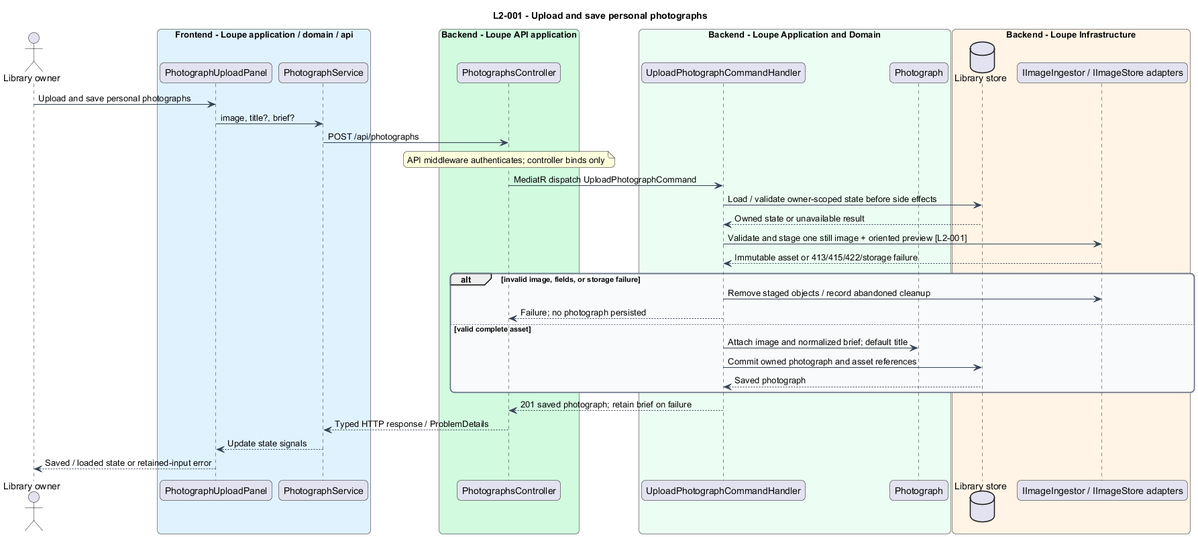
QuinntyneBrown/loupe keeps this PlantUML diagram as docs/detailed-designs/my-work/save-photograph/diagrams/sequence-001.png. Above is the earlier version. Its diagram source:
```plantuml
@startuml
title L2-001 - Upload and save personal photographs
skinparam backgroundColor #FFFFFF
skinparam shadowing false
skinparam roundcorner 12
skinparam defaultFontName Arial
skinparam ArrowColor #344054
skinparam rectangle {
  BorderColor #344054
  FontColor #101828
}
skinparam package {
  BorderColor #667085
  FontColor #101828
  BackgroundColor #F9FAFB
}

actor "Library owner" as actor
box "Frontend - Loupe application / domain / api" #E0F2FE
participant "PhotographUploadPanel" as page
participant "PhotographService" as client
end box
box "Backend - Loupe API application" #D1FADF
participant "PhotographsController" as controller
end box
box "Backend - Loupe Application and Domain" #ECFDF3
participant "UploadPhotographCommandHandler" as handler
participant "Photograph" as entity
end box
box "Backend - Loupe Infrastructure" #FFF4E5
database "Library store" as db
participant "IImageIngestor / IImageStore adapters" as ext
end box
actor -> page : Upload and save personal photographs
page -> client : image, title?, brief?
client -> controller : POST /api/photographs
note over controller : API middleware authenticates; controller binds only
controller -> handler : MediatR dispatch UploadPhotographCommand
handler -> db : Load / validate owner-scoped state before side effects
db --> handler : Owned state or unavailable result
handler -> ext : Validate and stage one still image + oriented preview [L2-001]
ext --> handler : Immutable asset or 413/415/422/storage failure
alt invalid image, fields, or storage failure
handler -> ext : Remove staged objects / record abandoned cleanup
handler --> controller : Failure; no photograph persisted
else valid complete asset
handler -> entity : Attach image and normalized brief; default title
handler -> db : Commit owned photograph and asset references
db --> handler : Saved photograph
end
handler --> controller : 201 saved photograph; retain brief on failure
controller --> client : Typed HTTP response / ProblemDetails
client --> page : Update state signals
page --> actor : Saved / loaded state or retained-input error
@enduml
```
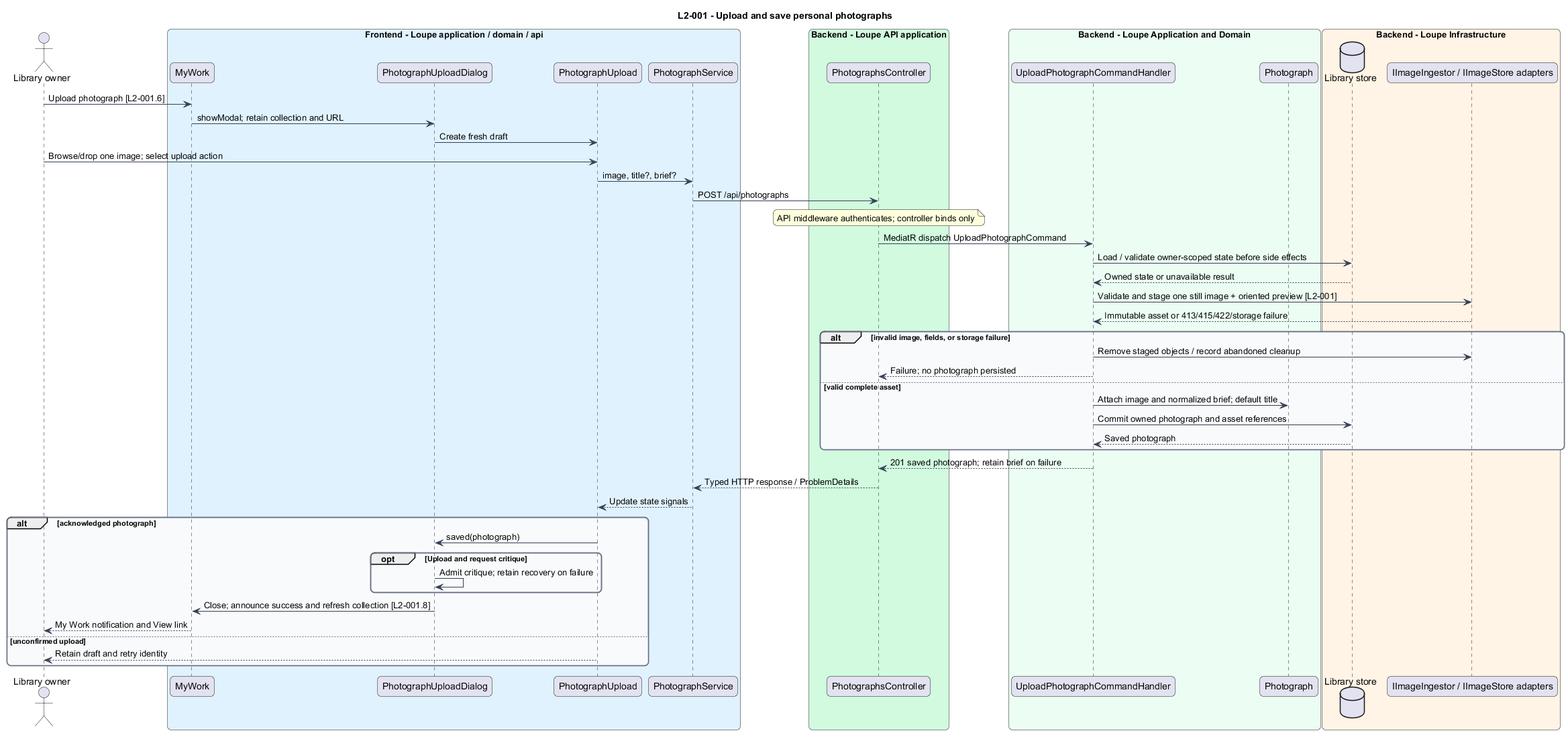
The same file after the commit.

The edit, as a diff of the source:
```diff
@@ -17,7 +17,9 @@
 
 actor "Library owner" as actor
 box "Frontend - Loupe application / domain / api" #E0F2FE
-participant "PhotographUploadPanel" as page
+participant "MyWork" as work
+participant "PhotographUploadDialog" as dialog
+participant "PhotographUpload" as page
 participant "PhotographService" as client
 end box
 box "Backend - Loupe API application" #D1FADF
@@ -31,7 +33,10 @@
 database "Library store" as db
 participant "IImageIngestor / IImageStore adapters" as ext
 end box
-actor -> page : Upload and save personal photographs
+actor -> work : Upload photograph [L2-001.6]
+work -> dialog : showModal; retain collection and URL
+dialog -> page : Create fresh draft
+actor -> page : Browse/drop one image; select upload action
 page -> client : image, title?, brief?
 client -> controller : POST /api/photographs
 note over controller : API middleware authenticates; controller binds only
@@ -51,5 +56,14 @@
 handler --> controller : 201 saved photograph; retain brief on failure
 controller --> client : Typed HTTP response / ProblemDetails
 client --> page : Update state signals
-page --> actor : Saved / loaded state or retained-input error
+alt acknowledged photograph
+page -> dialog : saved(photograph)
+opt Upload and request critique
+dialog -> dialog : Admit critique; retain recovery on failure
+end
+dialog -> work : Close; announce success and refresh collection [L2-001.8]
+work --> actor : My Work notification and View link
+else unconfirmed upload
+page --> actor : Retain draft and retry identity
+end
 @enduml
```
